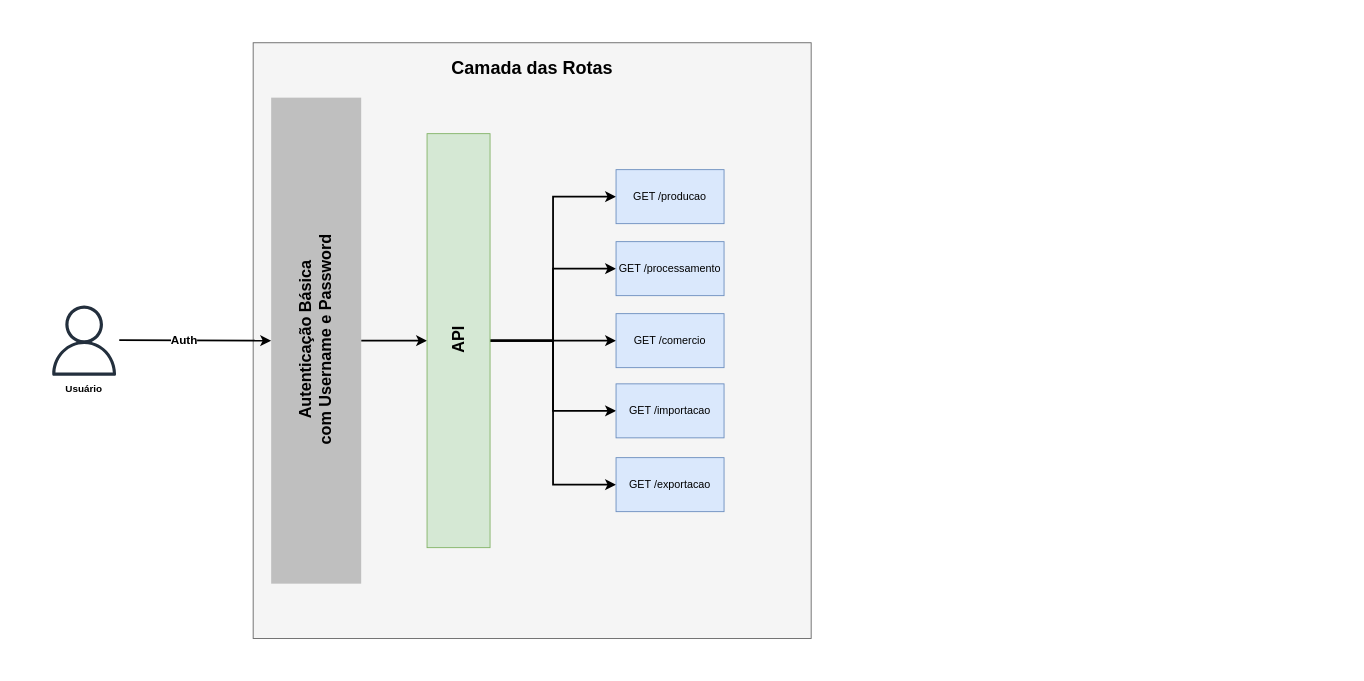
Before: Diagrama sem nome.drawio in Guidev001/vitivinicultura-api, a draw.io diagram. Source tidied: cells renumbered, new cells numbered last; positions are measured from the earlier drawing's top-left corner, leaving out a move shared by most shapes. Both pictures are drawn from the tidied source at 90%, with x=0, y=0 at pixel (49, 42).
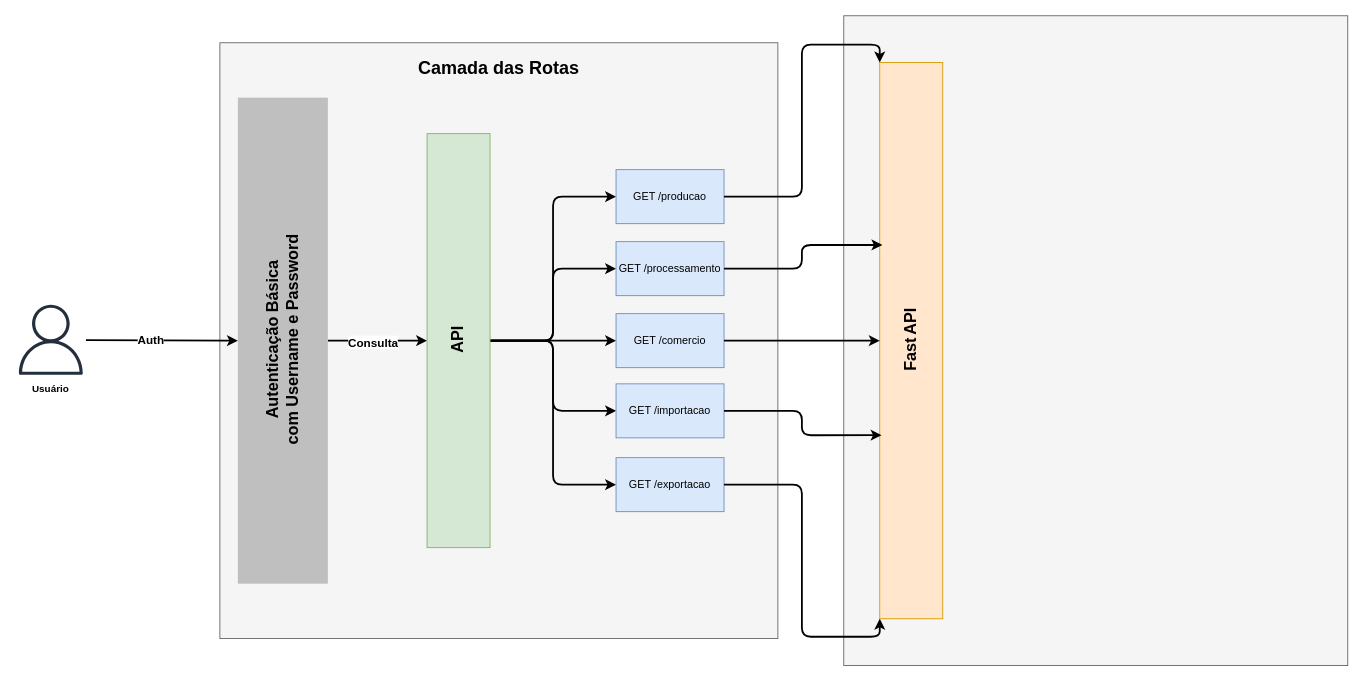
The same page after the edit.

Unchanged cells that the change refers to:
```xml
<mxCell id="5" style="edgeStyle=orthogonalEdgeStyle;rounded=0;jettySize=auto;html=1;entryX=1;entryY=0.5;entryDx=0;entryDy=0;fontSize=11;strokeWidth=2;" parent="1" edge="1" source="6" target="14">
  <mxGeometry relative="1" as="geometry" />
</mxCell>
<mxCell id="14" value="&lt;h2&gt;&lt;br&gt;&lt;/h2&gt;" style="rounded=0;whiteSpace=wrap;html=1;fillColor=#d5e8d4;strokeColor=#82b366;direction=west;" parent="1" vertex="1">
  <mxGeometry x="420" y="101" width="70" height="460" as="geometry" />
</mxCell>
<mxCell id="16" value="GET /producao" style="rounded=0;whiteSpace=wrap;html=1;fillColor=#dae8fc;strokeColor=#6c8ebf;" parent="1" vertex="1">
  <mxGeometry x="630" y="141" width="120" height="60" as="geometry" />
</mxCell>
<mxCell id="17" value="GET /processamento" style="rounded=0;whiteSpace=wrap;html=1;fillColor=#dae8fc;strokeColor=#6c8ebf;" parent="1" vertex="1">
  <mxGeometry x="630" y="221" width="120" height="60" as="geometry" />
</mxCell>
<mxCell id="18" value="GET /comercio" style="rounded=0;whiteSpace=wrap;html=1;fillColor=#dae8fc;strokeColor=#6c8ebf;" parent="1" vertex="1">
  <mxGeometry x="630" y="301" width="120" height="60" as="geometry" />
</mxCell>
<mxCell id="19" value="GET /importacao" style="rounded=0;whiteSpace=wrap;html=1;fillColor=#dae8fc;strokeColor=#6c8ebf;" parent="1" vertex="1">
  <mxGeometry x="630" y="379" width="120" height="60" as="geometry" />
</mxCell>
<mxCell id="20" value="GET /exportacao" style="rounded=0;whiteSpace=wrap;html=1;fillColor=#dae8fc;strokeColor=#6c8ebf;" parent="1" vertex="1">
  <mxGeometry x="630" y="461" width="120" height="60" as="geometry" />
</mxCell>
```

What changed in the source:
```diff
@@
     <mxCell id="2" style="rounded=0;whiteSpace=wrap;html=1;fillColor=#f5f5f5;strokeColor=#666666;fontColor=#333333;" parent="1" vertex="1">
-      <mxGeometry x="226.8" width="620" height="662" as="geometry" />
+      <mxGeometry x="189.8" width="620" height="662" as="geometry" />
     </mxCell>
     <mxCell id="3" style="sketch=0;fontColor=#232F3E;gradientColor=none;fillColor=#232F3D;strokeColor=none;dashed=0;verticalLabelPosition=bottom;verticalAlign=top;align=center;html=1;fontSize=12;fontStyle=0;shape=mxgraph.aws4.user;" parent="1" vertex="1">
-      <mxGeometry y="292" width="78" height="78" as="geometry" />
+      <mxGeometry x="-37" y="291" width="78" height="78" as="geometry" />
     </mxCell>
     <mxCell id="4" value="Usuário" style="text;html=1;align=center;verticalAlign=middle;whiteSpace=wrap;rounded=0;fontStyle=1;fontSize=11;" parent="1" vertex="1">
-      <mxGeometry x="9" y="370" width="60" height="30" as="geometry" />
+      <mxGeometry x="-28" y="370" width="60" height="30" as="geometry" />
     </mxCell>
@@
+    <mxCell id="23" value="&lt;font style=&quot;font-size: 13px;&quot;&gt;Consulta&lt;/font&gt;" style="edgeLabel;html=1;align=center;verticalAlign=middle;fontStyle=1;" parent="5" vertex="1">
+      <mxGeometry x="-0.1" y="-1" relative="1" as="geometry" />
+    </mxCell>
     <mxCell id="6" style="rounded=0;whiteSpace=wrap;html=1;fillColor=#BFBFBF;strokeColor=none;fontColor=#333333;fillStyle=auto;" parent="1" vertex="1">
-      <mxGeometry x="246.8" y="61" width="100" height="540" as="geometry" />
+      <mxGeometry x="209.8" y="61" width="100" height="540" as="geometry" />
     </mxCell>
     <mxCell id="7" style="endArrow=classic;html=1;rounded=0;strokeWidth=2;entryX=0;entryY=0.5;entryDx=0;entryDy=0;" parent="1" edge="1" target="6">
       <mxGeometry relative="1" as="geometry">
-        <mxPoint x="78" y="330.5" as="sourcePoint" />
+        <mxPoint x="41" y="330.5" as="sourcePoint" />
       </mxGeometry>
     </mxCell>
@@
-    <mxCell id="9" style="edgeStyle=orthogonalEdgeStyle;rounded=0;jettySize=auto;html=1;strokeWidth=2;" parent="1" edge="1" source="14" target="16">
+    <mxCell id="9" style="edgeStyle=orthogonalEdgeStyle;rounded=1;jettySize=auto;html=1;strokeWidth=2;curved=0;" parent="1" edge="1" source="14" target="16">
       <mxGeometry relative="1" as="geometry" />
     </mxCell>
-    <mxCell id="10" style="edgeStyle=orthogonalEdgeStyle;rounded=0;jettySize=auto;html=1;entryX=0;entryY=0.5;entryDx=0;entryDy=0;strokeWidth=2;" parent="1" edge="1" source="14" target="17">
+    <mxCell id="10" style="edgeStyle=orthogonalEdgeStyle;rounded=1;jettySize=auto;html=1;entryX=0;entryY=0.5;entryDx=0;entryDy=0;strokeWidth=2;curved=0;" parent="1" edge="1" source="14" target="17">
       <mxGeometry relative="1" as="geometry" />
     </mxCell>
-    <mxCell id="11" style="edgeStyle=orthogonalEdgeStyle;rounded=0;jettySize=auto;html=1;exitX=0;exitY=0.5;exitDx=0;exitDy=0;strokeWidth=2;" parent="1" edge="1" source="14" target="18">
+    <mxCell id="11" style="edgeStyle=orthogonalEdgeStyle;rounded=1;jettySize=auto;html=1;exitX=0;exitY=0.5;exitDx=0;exitDy=0;strokeWidth=2;curved=0;" parent="1" edge="1" source="14" target="18">
       <mxGeometry relative="1" as="geometry" />
     </mxCell>
-    <mxCell id="12" style="edgeStyle=orthogonalEdgeStyle;rounded=0;jettySize=auto;html=1;strokeWidth=2;" parent="1" edge="1" source="14" target="19">
+    <mxCell id="12" style="edgeStyle=orthogonalEdgeStyle;rounded=1;jettySize=auto;html=1;strokeWidth=2;curved=0;" parent="1" edge="1" source="14" target="19">
       <mxGeometry relative="1" as="geometry" />
     </mxCell>
-    <mxCell id="13" style="edgeStyle=orthogonalEdgeStyle;rounded=0;jettySize=auto;html=1;strokeWidth=2;" parent="1" edge="1" source="14" target="20">
+    <mxCell id="13" style="edgeStyle=orthogonalEdgeStyle;rounded=1;jettySize=auto;html=1;strokeWidth=2;curved=0;" parent="1" edge="1" source="14" target="20">
       <mxGeometry relative="1" as="geometry" />
     </mxCell>
@@
     <mxCell id="21" value="&lt;h2&gt;Autenticação Básica&lt;br&gt;com Username e Password&lt;/h2&gt;" style="text;html=1;align=center;verticalAlign=middle;whiteSpace=wrap;rounded=0;rotation=270;fontSize=12;fontStyle=1;fontFamily=Helvetica;" parent="1" vertex="1">
-      <mxGeometry x="160" y="311.8" width="273.6" height="36.4" as="geometry" />
+      <mxGeometry x="123" y="311.8" width="273.6" height="36.4" as="geometry" />
     </mxCell>
     <mxCell id="22" value="&lt;h1&gt;&lt;font style=&quot;font-size: 20px;&quot;&gt;Camada das Rotas&lt;/font&gt;&lt;/h1&gt;" style="text;html=1;align=center;verticalAlign=middle;whiteSpace=wrap;rounded=0;" parent="1" vertex="1">
-      <mxGeometry x="442.8" y="12" width="188.1" height="30" as="geometry" />
+      <mxGeometry x="405.8" y="12" width="188.1" height="30" as="geometry" />
     </mxCell>
+    <mxCell id="24" style="rounded=0;whiteSpace=wrap;html=1;fillColor=#f5f5f5;fontColor=#333333;strokeColor=#666666;" parent="1" vertex="1">
+      <mxGeometry x="883" y="-30" width="560" height="722" as="geometry" />
+    </mxCell>
+    <mxCell id="25" value="&lt;h2&gt;&lt;br&gt;&lt;/h2&gt;" style="rounded=0;whiteSpace=wrap;html=1;fillColor=#ffe6cc;strokeColor=#d79b00;direction=west;" parent="1" vertex="1">
+      <mxGeometry x="923" y="22" width="70" height="618" as="geometry" />
+    </mxCell>
+    <mxCell id="26" value="&lt;h2&gt;Fast&lt;span style=&quot;white-space: pre;&quot;&gt;&#9;&lt;/span&gt;API&lt;/h2&gt;" style="text;html=1;align=center;verticalAlign=middle;whiteSpace=wrap;rounded=0;rotation=270;" parent="1" vertex="1">
+      <mxGeometry x="928" y="315" width="60" height="30" as="geometry" />
+    </mxCell>
+    <mxCell id="27" style="edgeStyle=orthogonalEdgeStyle;rounded=1;jettySize=auto;html=1;entryX=0.957;entryY=0.672;entryDx=0;entryDy=0;entryPerimeter=0;strokeWidth=2;curved=0;flowAnimation=0;shadow=0;jumpStyle=none;" parent="1" edge="1" source="17" target="25">
+      <mxGeometry relative="1" as="geometry" />
+    </mxCell>
+    <mxCell id="28" style="edgeStyle=orthogonalEdgeStyle;rounded=1;jettySize=auto;html=1;entryX=1;entryY=1;entryDx=0;entryDy=0;strokeWidth=2;curved=0;flowAnimation=0;shadow=0;jumpStyle=none;" parent="1" edge="1" source="16" target="25">
+      <mxGeometry relative="1" as="geometry" />
+    </mxCell>
+    <mxCell id="29" style="edgeStyle=orthogonalEdgeStyle;rounded=1;jettySize=auto;html=1;entryX=1;entryY=0;entryDx=0;entryDy=0;strokeWidth=2;curved=0;flowAnimation=0;shadow=0;jumpStyle=none;" parent="1" edge="1" source="20" target="25">
+      <mxGeometry relative="1" as="geometry" />
+    </mxCell>
+    <mxCell id="30" style="edgeStyle=orthogonalEdgeStyle;rounded=1;jettySize=auto;html=1;entryX=1;entryY=0.5;entryDx=0;entryDy=0;strokeWidth=2;curved=0;flowAnimation=0;shadow=0;jumpStyle=none;" parent="1" edge="1" source="18" target="25">
+      <mxGeometry relative="1" as="geometry" />
+    </mxCell>
+    <mxCell id="31" style="edgeStyle=orthogonalEdgeStyle;rounded=1;jettySize=auto;html=1;entryX=0.971;entryY=0.33;entryDx=0;entryDy=0;entryPerimeter=0;strokeWidth=2;curved=0;flowAnimation=0;shadow=0;jumpStyle=none;" parent="1" edge="1" source="19" target="25">
+      <mxGeometry relative="1" as="geometry" />
+    </mxCell>
```
